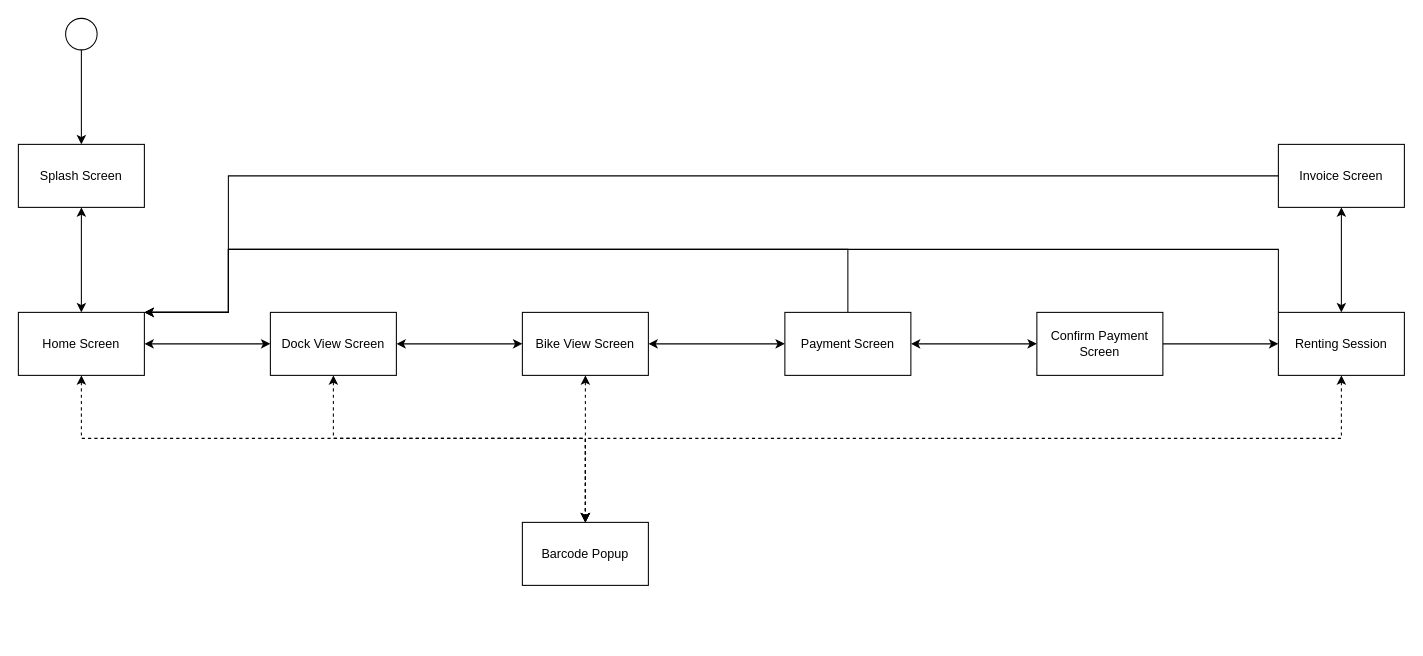
Earlier version of the draw.io diagram Detailed Design/Interface Design/EBR - Screen Transition Diagram.drawio (thaian229/ISD.ICT.20201-05). Source tidied: cells renumbered, new cells numbered last; positions are measured from the earlier drawing's top-left corner, leaving out a move shared by most shapes. Both pictures are drawn from the tidied source at 105%, with x=0, y=0 at pixel (18, 18).
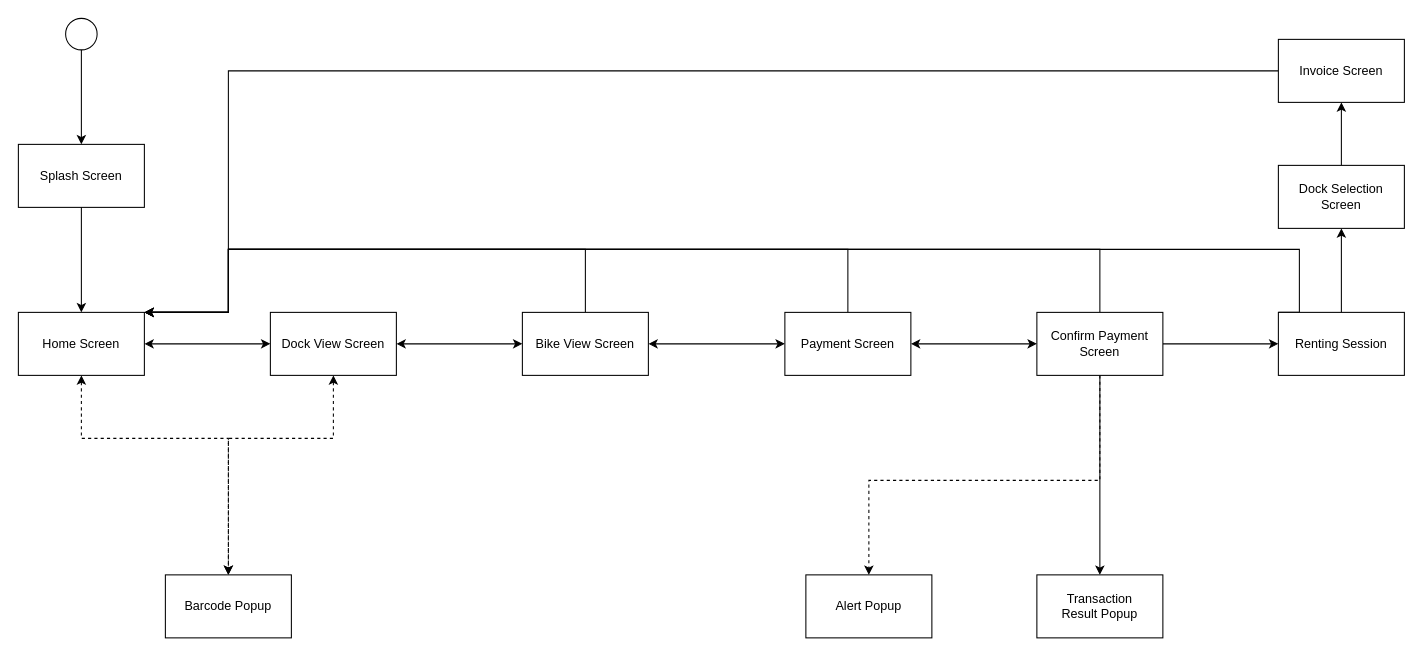
After the change.

Unchanged cells that the change refers to:
```xml
<mxCell id="3" value="Splash Screen" style="rounded=0;whiteSpace=wrap;html=1;" parent="1" vertex="1">
  <mxGeometry y="120" width="120" height="60" as="geometry" />
</mxCell>
<mxCell id="6" value="Home Screen" style="rounded=0;whiteSpace=wrap;html=1;" parent="1" vertex="1">
  <mxGeometry y="280" width="120" height="60" as="geometry" />
</mxCell>
<mxCell id="9" value="Dock View Screen" style="rounded=0;whiteSpace=wrap;html=1;" parent="1" vertex="1">
  <mxGeometry x="240" y="280" width="120" height="60" as="geometry" />
</mxCell>
<mxCell id="13" value="Bike View Screen" style="rounded=0;whiteSpace=wrap;html=1;" parent="1" vertex="1">
  <mxGeometry x="480" y="280" width="120" height="60" as="geometry" />
</mxCell>
<mxCell id="22" value="Renting Session" style="rounded=0;whiteSpace=wrap;html=1;" parent="1" vertex="1">
  <mxGeometry x="1200" y="280" width="120" height="60" as="geometry" />
</mxCell>
<mxCell id="25" value="Confirm Payment Screen" style="rounded=0;whiteSpace=wrap;html=1;" parent="1" vertex="1">
  <mxGeometry x="970" y="280" width="120" height="60" as="geometry" />
</mxCell>
```

Change to the diagram source:
```diff
@@
-    <mxCell id="2" style="edgeStyle=orthogonalEdgeStyle;rounded=0;jettySize=auto;html=1;startArrow=classic;startFill=1;" parent="1" edge="1" source="3" target="6">
-      <mxGeometry relative="1" as="geometry" />
-    </mxCell>
@@
     <mxCell id="5" style="edgeStyle=orthogonalEdgeStyle;rounded=0;jettySize=auto;html=1;entryX=0.5;entryY=0;entryDx=0;entryDy=0;dashed=1;startArrow=classic;startFill=1;" parent="1" edge="1" source="6" target="10">
       <mxGeometry relative="1" as="geometry">
         <Array as="points">
           <mxPoint x="60" y="400" />
-          <mxPoint x="540" y="400" />
+          <mxPoint x="200" y="400" />
         </Array>
       </mxGeometry>
     </mxCell>
+    <mxCell id="27" style="edgeStyle=orthogonalEdgeStyle;rounded=0;jettySize=auto;html=1;entryX=0.5;entryY=1;entryDx=0;entryDy=0;startArrow=classic;startFill=1;endArrow=none;endFill=0;" parent="1" edge="1" source="6" target="3">
+      <mxGeometry relative="1" as="geometry" />
+    </mxCell>
@@
     <mxCell id="8" style="edgeStyle=orthogonalEdgeStyle;rounded=0;jettySize=auto;html=1;entryX=0.5;entryY=0;entryDx=0;entryDy=0;dashed=1;startArrow=classic;startFill=1;" parent="1" edge="1" source="9" target="10">
       <mxGeometry relative="1" as="geometry">
         <Array as="points">
           <mxPoint x="300" y="400" />
-          <mxPoint x="540" y="400" />
+          <mxPoint x="200" y="400" />
         </Array>
       </mxGeometry>
     </mxCell>
@@
     <mxCell id="10" value="Barcode Popup" style="rounded=0;whiteSpace=wrap;html=1;" parent="1" vertex="1">
-      <mxGeometry x="480" y="480" width="120" height="60" as="geometry" />
+      <mxGeometry x="140" y="530" width="120" height="60" as="geometry" />
     </mxCell>
@@
-    <mxCell id="12" style="edgeStyle=orthogonalEdgeStyle;rounded=0;jettySize=auto;html=1;entryX=0.5;entryY=0;entryDx=0;entryDy=0;dashed=1;startArrow=classic;startFill=1;" parent="1" edge="1" source="13" target="10">
-      <mxGeometry relative="1" as="geometry" />
-    </mxCell>
+    <mxCell id="28" style="edgeStyle=orthogonalEdgeStyle;rounded=0;jettySize=auto;html=1;entryX=1;entryY=0;entryDx=0;entryDy=0;" parent="1" edge="1" source="13" target="6">
+      <mxGeometry relative="1" as="geometry">
+        <Array as="points">
+          <mxPoint x="540" y="220" />
+          <mxPoint x="200" y="220" />
+          <mxPoint x="200" y="280" />
+        </Array>
+      </mxGeometry>
+    </mxCell>
@@
-    <mxCell id="19" style="edgeStyle=orthogonalEdgeStyle;rounded=0;jettySize=auto;html=1;entryX=0.5;entryY=0;entryDx=0;entryDy=0;dashed=1;startArrow=classic;startFill=1;" parent="1" edge="1" source="22" target="10">
-      <mxGeometry relative="1" as="geometry">
-        <Array as="points">
-          <mxPoint x="1260" y="400" />
-          <mxPoint x="540" y="400" />
-        </Array>
-      </mxGeometry>
-    </mxCell>
-    <mxCell id="20" style="edgeStyle=orthogonalEdgeStyle;rounded=0;jettySize=auto;html=1;entryX=0.5;entryY=1;entryDx=0;entryDy=0;startArrow=classic;startFill=1;" parent="1" edge="1" source="22" target="24">
-      <mxGeometry relative="1" as="geometry" />
-    </mxCell>
     <mxCell id="21" style="edgeStyle=orthogonalEdgeStyle;rounded=0;jettySize=auto;html=1;exitX=0;exitY=0;exitDx=0;exitDy=0;entryX=1;entryY=0;entryDx=0;entryDy=0;startArrow=none;startFill=0;" parent="1" edge="1" source="22" target="6">
       <mxGeometry relative="1" as="geometry">
         <Array as="points">
-          <mxPoint x="1200" y="220" />
+          <mxPoint x="1220" y="280" />
+          <mxPoint x="1220" y="220" />
           <mxPoint x="200" y="220" />
           <mxPoint x="200" y="280" />
         </Array>
       </mxGeometry>
     </mxCell>
@@
     <mxCell id="23" style="edgeStyle=orthogonalEdgeStyle;rounded=0;jettySize=auto;html=1;entryX=1;entryY=0;entryDx=0;entryDy=0;startArrow=none;startFill=0;" parent="1" edge="1" source="24" target="6">
       <mxGeometry relative="1" as="geometry">
         <Array as="points">
-          <mxPoint x="200" y="150" />
+          <mxPoint x="1260" y="50" />
+          <mxPoint x="200" y="50" />
           <mxPoint x="200" y="280" />
         </Array>
       </mxGeometry>
     </mxCell>
+    <mxCell id="29" style="edgeStyle=orthogonalEdgeStyle;rounded=0;jettySize=auto;html=1;entryX=0.5;entryY=0;entryDx=0;entryDy=0;startArrow=classic;startFill=1;endArrow=none;endFill=0;" parent="1" edge="1" source="24" target="36">
+      <mxGeometry relative="1" as="geometry" />
+    </mxCell>
     <mxCell id="24" value="Invoice Screen" style="rounded=0;whiteSpace=wrap;html=1;" parent="1" vertex="1">
-      <mxGeometry x="1200" y="120" width="120" height="60" as="geometry" />
+      <mxGeometry x="1200" y="20" width="120" height="60" as="geometry" />
     </mxCell>
+    <mxCell id="30" style="edgeStyle=orthogonalEdgeStyle;rounded=0;jettySize=auto;html=1;" parent="1" edge="1" source="25" target="33">
+      <mxGeometry relative="1" as="geometry" />
+    </mxCell>
+    <mxCell id="31" style="edgeStyle=orthogonalEdgeStyle;rounded=0;jettySize=auto;html=1;entryX=0.5;entryY=0;entryDx=0;entryDy=0;dashed=1;" parent="1" edge="1" source="25" target="34">
+      <mxGeometry relative="1" as="geometry">
+        <Array as="points">
+          <mxPoint x="1030" y="440" />
+          <mxPoint x="810" y="440" />
+        </Array>
+      </mxGeometry>
+    </mxCell>
+    <mxCell id="32" style="edgeStyle=orthogonalEdgeStyle;rounded=0;jettySize=auto;html=1;" parent="1" edge="1" source="25">
+      <mxGeometry relative="1" as="geometry">
+        <mxPoint x="120" y="280" as="targetPoint" />
+        <Array as="points">
+          <mxPoint x="1030" y="220" />
+          <mxPoint x="200" y="220" />
+          <mxPoint x="200" y="280" />
+        </Array>
+      </mxGeometry>
+    </mxCell>
@@
+    <mxCell id="33" value="Transaction Result&amp;nbsp;Popup" style="rounded=0;whiteSpace=wrap;html=1;" parent="1" vertex="1">
+      <mxGeometry x="970" y="530" width="120" height="60" as="geometry" />
+    </mxCell>
+    <mxCell id="34" value="Alert Popup" style="rounded=0;whiteSpace=wrap;html=1;" parent="1" vertex="1">
+      <mxGeometry x="750" y="530" width="120" height="60" as="geometry" />
+    </mxCell>
+    <mxCell id="35" style="edgeStyle=orthogonalEdgeStyle;rounded=0;jettySize=auto;html=1;entryX=0.5;entryY=0;entryDx=0;entryDy=0;startArrow=classic;startFill=1;endArrow=none;endFill=0;" parent="1" edge="1" source="36" target="22">
+      <mxGeometry relative="1" as="geometry" />
+    </mxCell>
+    <mxCell id="36" value="Dock Selection Screen" style="rounded=0;whiteSpace=wrap;html=1;" parent="1" vertex="1">
+      <mxGeometry x="1200" y="140" width="120" height="60" as="geometry" />
+    </mxCell>
```
